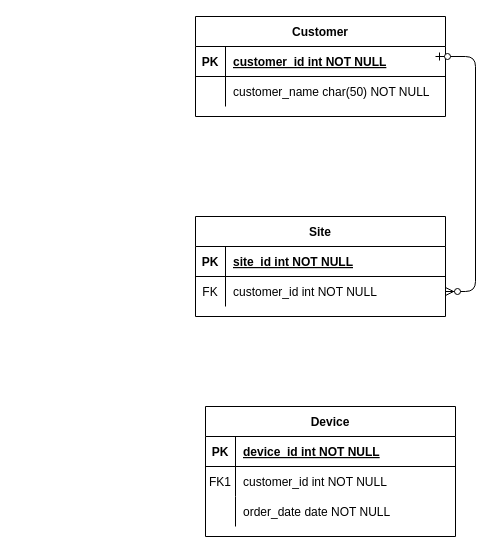
The draw.io diagram pg-model.drawio in JCKalt/pg4, before the edit. Source tidied: cells renumbered, new cells numbered last; positions are measured from the earlier drawing's top-left corner, leaving out a move shared by most shapes. Both pictures are drawn from the tidied source at 100%, with x=0, y=0 at pixel (195, 16).
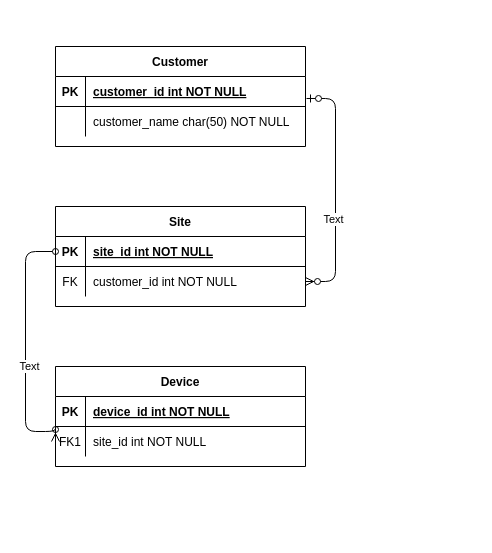
The same page after the edit.

Commit message:
Corrected relationship vectors.

The change refers to these unchanged cells:
```xml
<mxCell id="3" style="shape=partialRectangle;fillColor=none;points=[[0,0.5],[1,0.5]];portConstraint=eastwest;top=0;left=0;right=0;bottom=1;" parent="2" vertex="1">
  <mxGeometry y="30" width="250" height="30" as="geometry" />
</mxCell>
<mxCell id="10" style="shape=partialRectangle;fillColor=none;points=[[0,0.5],[1,0.5]];portConstraint=eastwest;top=0;left=0;right=0;bottom=1;" parent="9" vertex="1">
  <mxGeometry y="30" width="250" height="30" as="geometry" />
</mxCell>
<mxCell id="13" style="shape=partialRectangle;fillColor=none;points=[[0,0.5],[1,0.5]];portConstraint=eastwest;top=0;left=0;right=0;bottom=0;" parent="9" vertex="1">
  <mxGeometry y="60" width="250" height="30" as="geometry" />
</mxCell>
<mxCell id="21" style="shape=partialRectangle;fillColor=none;points=[[0,0.5],[1,0.5]];portConstraint=eastwest;top=0;left=0;right=0;bottom=0;" parent="17" vertex="1">
  <mxGeometry y="60" width="250" height="30" as="geometry" />
</mxCell>
```

What changed in the source:
```diff
@@
     <mxCell id="2" value="Customer" style="shape=table;startSize=30;childLayout=tableLayout;rowLines=0;fontStyle=1;align=center;" parent="1" vertex="1">
-      <mxGeometry width="250" height="100" as="geometry" />
+      <mxGeometry x="-140" y="30" width="250" height="100" as="geometry" />
     </mxCell>
@@
     <mxCell id="9" value="Site" style="shape=table;startSize=30;childLayout=tableLayout;rowLines=0;fontStyle=1;align=center;" parent="1" vertex="1">
-      <mxGeometry y="200" width="250" height="100" as="geometry" />
+      <mxGeometry x="-140" y="190" width="250" height="100" as="geometry" />
     </mxCell>
@@
-    <mxCell id="16" style="edgeStyle=entityRelationEdgeStyle;fontSize=12;html=1;endArrow=ERzeroToMany;startArrow=ERzeroToOne;strokeColor=default;elbow=vertical;" parent="1" edge="1" target="13">
+    <mxCell id="16" style="edgeStyle=elbowEdgeStyle;fontSize=12;html=1;endArrow=ERzeroToMany;startArrow=ERzeroToOne;strokeColor=default;entryX=1;entryY=0.5;entryDx=0;entryDy=0;exitX=1.004;exitY=0.733;exitDx=0;exitDy=0;exitPerimeter=0;elbow=vertical;" parent="1" edge="1" source="3" target="13">
       <mxGeometry relative="1" as="geometry">
-        <mxPoint x="240" y="40" as="sourcePoint" />
+        <Array as="points">
+          <mxPoint x="140" y="173" />
+        </Array>
       </mxGeometry>
     </mxCell>
+    <mxCell id="27" value="Text" style="edgeLabel;html=1;align=center;verticalAlign=middle;" parent="16" vertex="1">
+      <mxGeometry x="0.24" y="-3" relative="1" as="geometry" />
+    </mxCell>
     <mxCell id="17" value="Device" style="shape=table;startSize=30;childLayout=tableLayout;rowLines=0;fontStyle=1;align=center;" parent="1" vertex="1">
-      <mxGeometry x="10" y="390" width="250" height="130" as="geometry" />
+      <mxGeometry x="-140" y="350" width="250" height="100" as="geometry" />
     </mxCell>
@@
-    <mxCell id="23" value="customer_id int NOT NULL" style="shape=partialRectangle;overflow=hidden;fillColor=none;top=0;left=0;bottom=0;right=0;align=left;spacingLeft=6;" parent="21" vertex="1">
+    <mxCell id="23" value="site_id int NOT NULL" style="shape=partialRectangle;overflow=hidden;fillColor=none;top=0;left=0;bottom=0;right=0;align=left;spacingLeft=6;" parent="21" vertex="1">
       <mxGeometry x="30" width="220" height="30" as="geometry" />
     </mxCell>
-    <mxCell id="24" style="shape=partialRectangle;fillColor=none;top=0;left=0;right=0;bottom=0;" parent="17" vertex="1">
-      <mxGeometry y="90" width="250" height="30" as="geometry" />
-    </mxCell>
-    <mxCell id="25" style="shape=partialRectangle;overflow=hidden;fillColor=none;top=0;left=0;bottom=0;right=0;" parent="24" vertex="1">
-      <mxGeometry width="30" height="30" as="geometry" />
-    </mxCell>
-    <mxCell id="26" value="order_date date NOT NULL" style="shape=partialRectangle;overflow=hidden;fillColor=none;top=0;left=0;bottom=0;right=0;align=left;spacingLeft=6;" parent="24" vertex="1">
-      <mxGeometry x="30" width="220" height="30" as="geometry" />
-    </mxCell>
+    <mxCell id="28" style="edgeStyle=orthogonalEdgeStyle;html=1;exitX=0;exitY=0.5;exitDx=0;exitDy=0;startArrow=oval;startFill=0;endArrow=ERzeroToMany;endFill=0;entryX=0;entryY=0.5;entryDx=0;entryDy=0;elbow=vertical;" parent="1" edge="1" source="10" target="21">
+      <mxGeometry relative="1" as="geometry">
+        <Array as="points">
+          <mxPoint x="-170" y="235" />
+          <mxPoint x="-170" y="415" />
+        </Array>
+      </mxGeometry>
+    </mxCell>
+    <mxCell id="29" value="Text" style="edgeLabel;html=1;align=center;verticalAlign=middle;" parent="28" vertex="1">
+      <mxGeometry x="0.15" y="3" relative="1" as="geometry" />
+    </mxCell>
```
